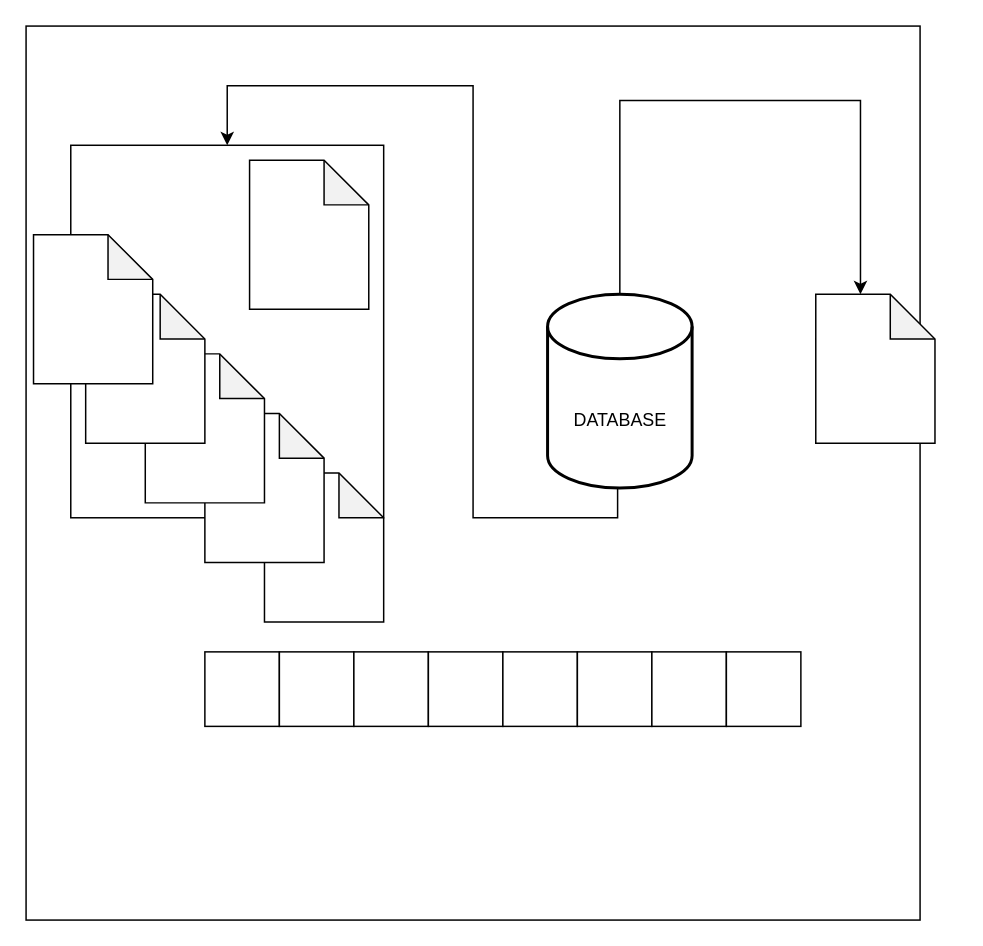
Earlier version of the draw.io diagram Untitled Diagram.drawio (AnchundiaMoises/decorador). Source tidied: cells renumbered, new cells numbered last; positions are measured from the earlier drawing's top-left corner, leaving out a move shared by most shapes. Both pictures are drawn from the tidied source at 149%, with x=0, y=0 at pixel (25, 25).
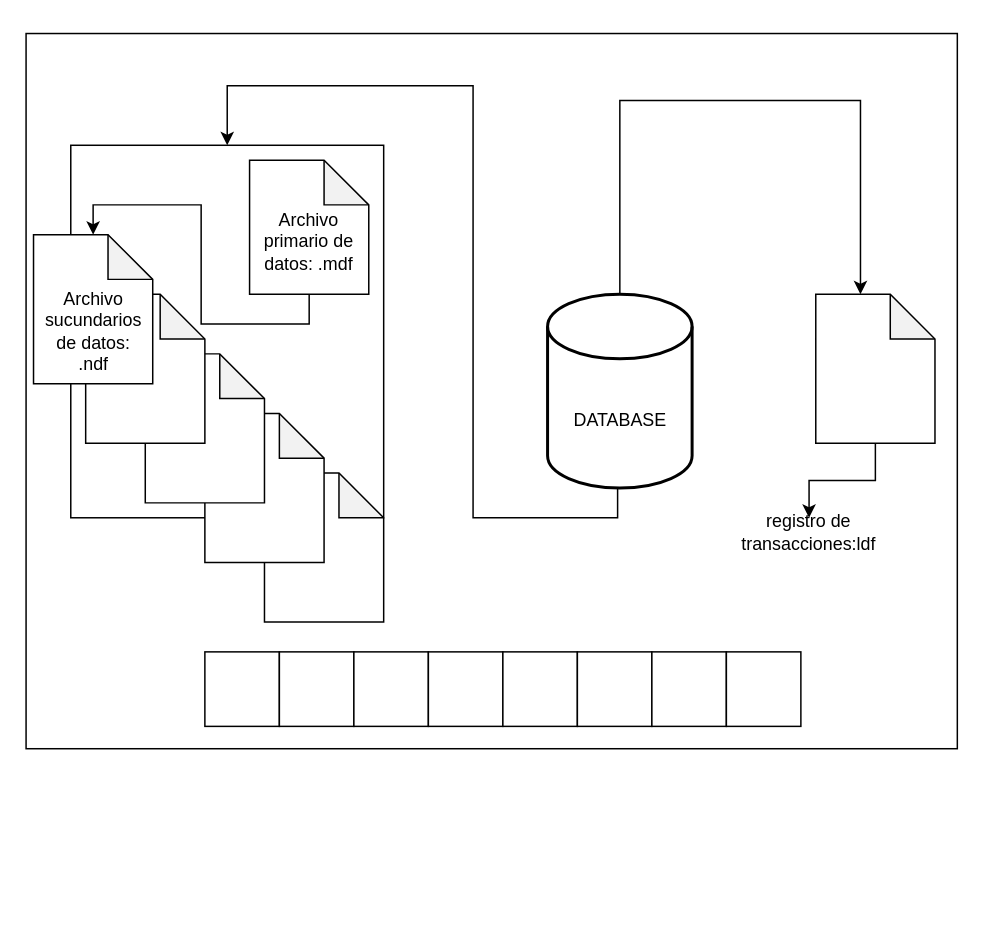
The same page after the edit.

Unchanged cells that the change refers to:
```xml
<mxCell id="8" style="shape=note;whiteSpace=wrap;html=1;backgroundOutline=1;darkOpacity=0.05;" parent="1" vertex="1">
  <mxGeometry x="530" y="180" width="80" height="100" as="geometry" />
</mxCell>
<mxCell id="21" style="shape=note;whiteSpace=wrap;html=1;backgroundOutline=1;darkOpacity=0.05;" parent="1" vertex="1">
  <mxGeometry x="5" y="140" width="80" height="100" as="geometry" />
</mxCell>
```

Diff of the diagram source:
```diff
@@
-    <mxCell id="2" style="whiteSpace=wrap;html=1;" parent="1" vertex="1">
-      <mxGeometry width="600" height="600" as="geometry" />
-    </mxCell>
+    <mxCell id="23" style="rounded=0;whiteSpace=wrap;html=1;" parent="1" vertex="1">
+      <mxGeometry y="5" width="625" height="480" as="geometry" />
+    </mxCell>
@@
+    <mxCell id="24" style="edgeStyle=orthogonalEdgeStyle;rounded=0;jettySize=auto;html=1;" parent="1" edge="1" source="8" target="26">
+      <mxGeometry relative="1" as="geometry" />
+    </mxCell>
@@
+    <mxCell id="25" style="edgeStyle=orthogonalEdgeStyle;rounded=0;jettySize=auto;html=1;exitX=0.5;exitY=1;exitDx=0;exitDy=0;exitPerimeter=0;entryX=0.5;entryY=0;entryDx=0;entryDy=0;entryPerimeter=0;" parent="1" edge="1" source="12" target="21">
+      <mxGeometry relative="1" as="geometry" />
+    </mxCell>
     <mxCell id="12" style="shape=note;whiteSpace=wrap;html=1;backgroundOutline=1;darkOpacity=0.05;" parent="1" vertex="1">
-      <mxGeometry x="150" y="90" width="80" height="100" as="geometry" />
+      <mxGeometry x="150" y="90" width="80" height="90" as="geometry" />
     </mxCell>
@@
+    <mxCell id="26" value="registro de transacciones:ldf" style="text;html=1;strokeColor=none;fillColor=none;align=center;verticalAlign=middle;whiteSpace=wrap;rounded=0;" parent="1" vertex="1">
+      <mxGeometry x="490" y="330" width="71" height="20" as="geometry" />
+    </mxCell>
+    <mxCell id="27" value="Archivo primario de datos: .mdf" style="text;html=1;strokeColor=none;fillColor=none;align=center;verticalAlign=middle;whiteSpace=wrap;rounded=0;" parent="1" vertex="1">
+      <mxGeometry x="155" y="140" width="70" height="10" as="geometry" />
+    </mxCell>
+    <mxCell id="28" value="Archivo sucundarios de datos: .ndf" style="text;html=1;strokeColor=none;fillColor=none;align=center;verticalAlign=middle;whiteSpace=wrap;rounded=0;" parent="1" vertex="1">
+      <mxGeometry x="13.5" y="195" width="63" height="20" as="geometry" />
+    </mxCell>
```
